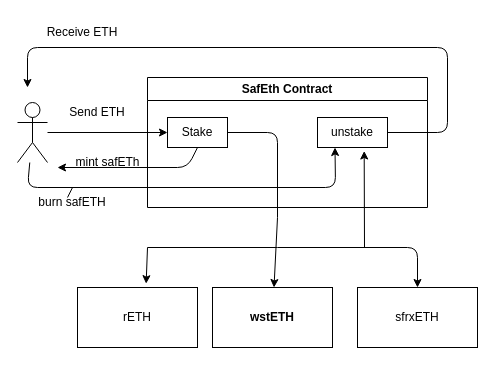
The draw.io diagram assets/SafEth-Architecture.drawio in asymmetryfinance/safeth, before the edit. Source tidied: cells renumbered, new cells numbered last; positions are measured from the earlier drawing's top-left corner, leaving out a move shared by most shapes. Both pictures are drawn from the tidied source at 100%, with x=0, y=0 at pixel (17, 17).
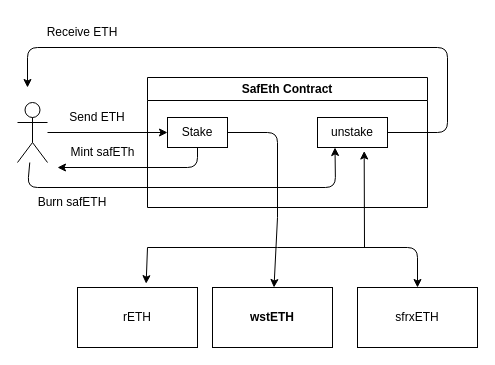
The same diagram, later.

The change refers to these unchanged cells:
```xml
<mxCell id="7" value="Stake" style="rounded=0;whiteSpace=wrap;html=1;" parent="6" vertex="1">
  <mxGeometry x="20" y="40" width="60" height="30" as="geometry" />
</mxCell>
```

The edit, as a diff of the source:
```diff
@@
     <mxCell id="9" value="Send ETH" style="text;html=1;strokeColor=none;fillColor=none;align=center;verticalAlign=middle;whiteSpace=wrap;rounded=0;" parent="1" vertex="1">
-      <mxGeometry x="50" y="80" width="60" height="30" as="geometry" />
+      <mxGeometry x="50" y="85" width="60" height="30" as="geometry" />
     </mxCell>
@@
     <mxCell id="16" style="endArrow=classic;html=1;exitX=0.5;exitY=1;exitDx=0;exitDy=0;" parent="1" edge="1" source="7">
       <mxGeometry relative="1" as="geometry">
         <mxPoint x="40" y="150" as="targetPoint" />
         <Array as="points">
-          <mxPoint x="170" y="150" />
+          <mxPoint x="180" y="150" />
         </Array>
       </mxGeometry>
     </mxCell>
-    <mxCell id="17" value="mint safETh" style="text;html=1;align=center;verticalAlign=middle;strokeColor=none;fillColor=none;" parent="1" vertex="1">
-      <mxGeometry x="45" y="130" width="90" height="30" as="geometry" />
+    <mxCell id="17" value="Mint safETh" style="text;html=1;align=center;verticalAlign=middle;strokeColor=none;fillColor=none;" parent="1" vertex="1">
+      <mxGeometry x="40" y="120" width="90" height="30" as="geometry" />
     </mxCell>
@@
-    <mxCell id="22" value="burn safETH" style="text;html=1;strokeColor=none;fillColor=none;align=center;verticalAlign=middle;whiteSpace=wrap;rounded=0;" parent="1" vertex="1">
+    <mxCell id="22" value="Burn safETH" style="text;html=1;strokeColor=none;fillColor=none;align=center;verticalAlign=middle;whiteSpace=wrap;rounded=0;" parent="1" vertex="1">
       <mxGeometry x="10" y="170" width="90" height="30" as="geometry" />
     </mxCell>
-    <mxCell id="23" style="endArrow=none;html=1;entryX=0.5;entryY=0;entryDx=0;entryDy=0;" parent="1" edge="1" target="22">
-      <mxGeometry relative="1" as="geometry">
-        <mxPoint x="50" y="180" as="sourcePoint" />
-      </mxGeometry>
-    </mxCell>
```
